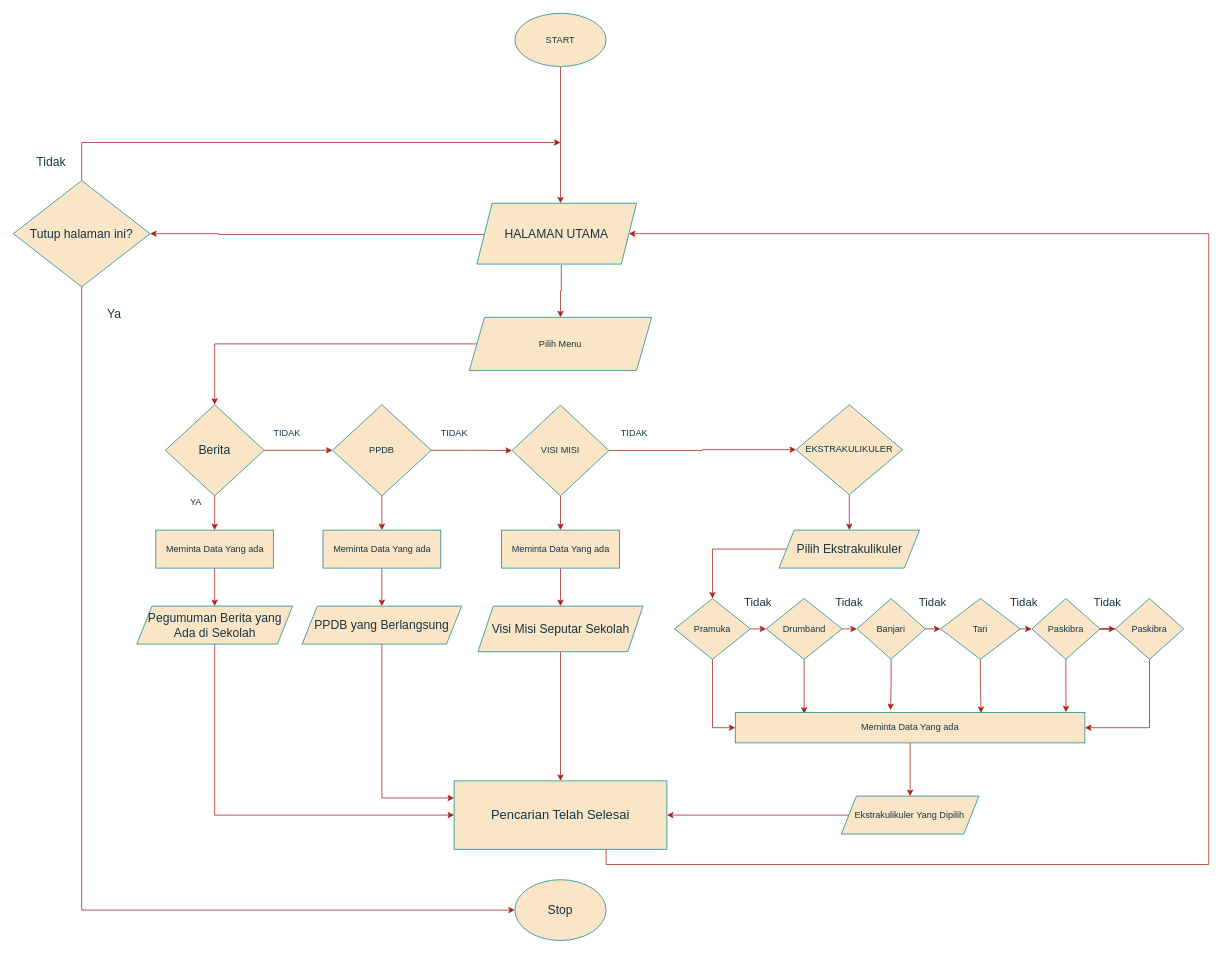
This is analisis sistem.drawio from Sretes-PiceF/UPK, a draw.io file, before an edit. Source tidied: cells renumbered, new cells numbered last; positions are measured from the earlier drawing's top-left corner, leaving out a move shared by most shapes. Both pictures are drawn from the tidied source at 76%, with x=0, y=0 at pixel (13, 13).
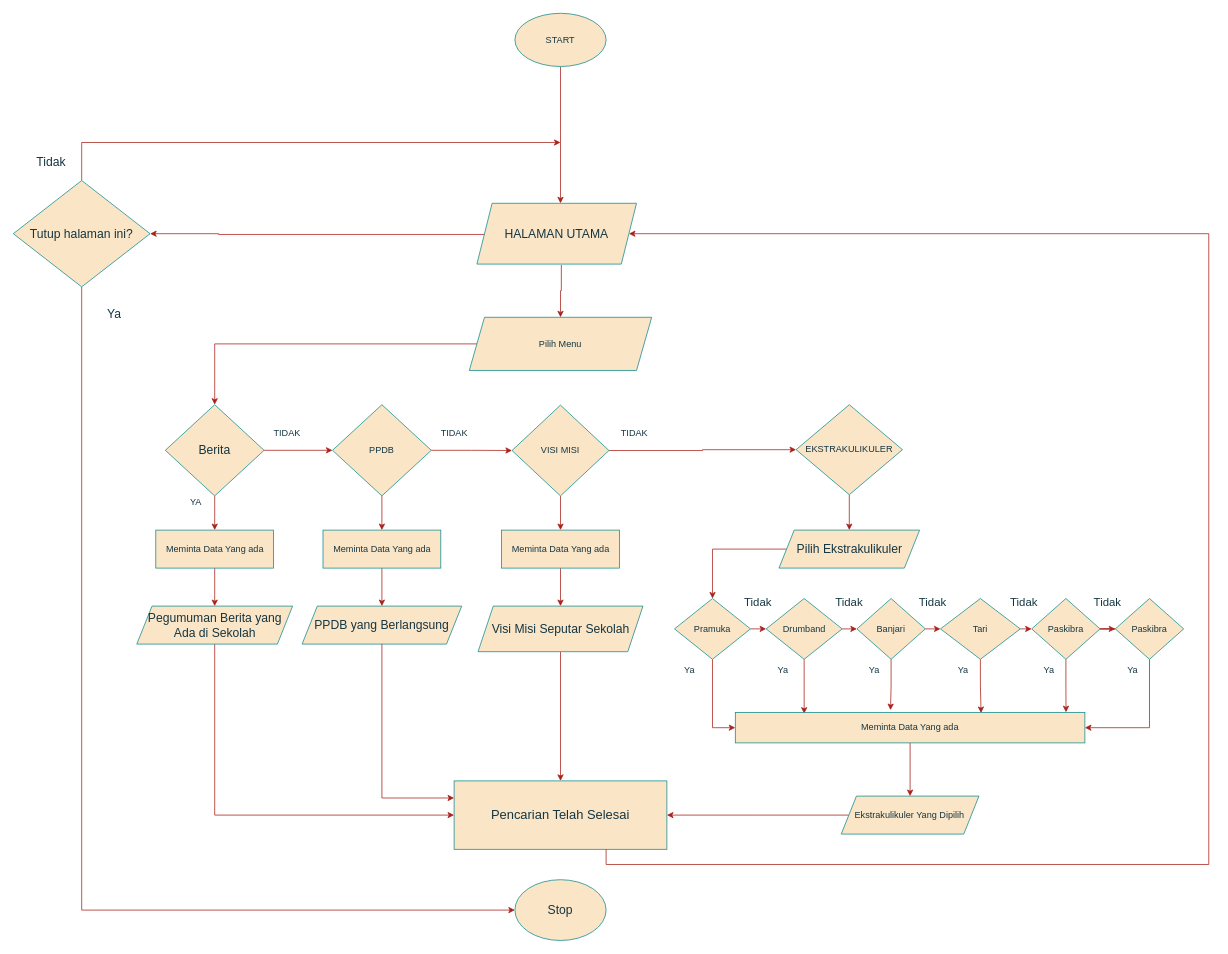
The same diagram, later.

Diff of the diagram source:
```diff
@@
+    <mxCell id="72" value="Ya" style="text;html=1;align=center;verticalAlign=middle;whiteSpace=wrap;rounded=0;labelBackgroundColor=none;fontColor=#143642;" parent="1" vertex="1">
+      <mxGeometry x="860" y="850" width="60" height="30" as="geometry" />
+    </mxCell>
+    <mxCell id="73" value="Ya" style="text;html=1;align=center;verticalAlign=middle;whiteSpace=wrap;rounded=0;labelBackgroundColor=none;fontColor=#143642;" parent="1" vertex="1">
+      <mxGeometry x="983" y="850" width="60" height="30" as="geometry" />
+    </mxCell>
+    <mxCell id="74" value="Ya" style="text;html=1;align=center;verticalAlign=middle;whiteSpace=wrap;rounded=0;labelBackgroundColor=none;fontColor=#143642;" parent="1" vertex="1">
+      <mxGeometry x="1103" y="850" width="60" height="30" as="geometry" />
+    </mxCell>
+    <mxCell id="75" value="Ya" style="text;html=1;align=center;verticalAlign=middle;whiteSpace=wrap;rounded=0;labelBackgroundColor=none;fontColor=#143642;" parent="1" vertex="1">
+      <mxGeometry x="1220" y="850" width="60" height="30" as="geometry" />
+    </mxCell>
+    <mxCell id="76" value="Ya" style="text;html=1;align=center;verticalAlign=middle;whiteSpace=wrap;rounded=0;labelBackgroundColor=none;fontColor=#143642;" parent="1" vertex="1">
+      <mxGeometry x="1333" y="850" width="60" height="30" as="geometry" />
+    </mxCell>
+    <mxCell id="77" value="Ya" style="text;html=1;align=center;verticalAlign=middle;whiteSpace=wrap;rounded=0;labelBackgroundColor=none;fontColor=#143642;" parent="1" vertex="1">
+      <mxGeometry x="1443" y="850" width="60" height="30" as="geometry" />
+    </mxCell>
```
